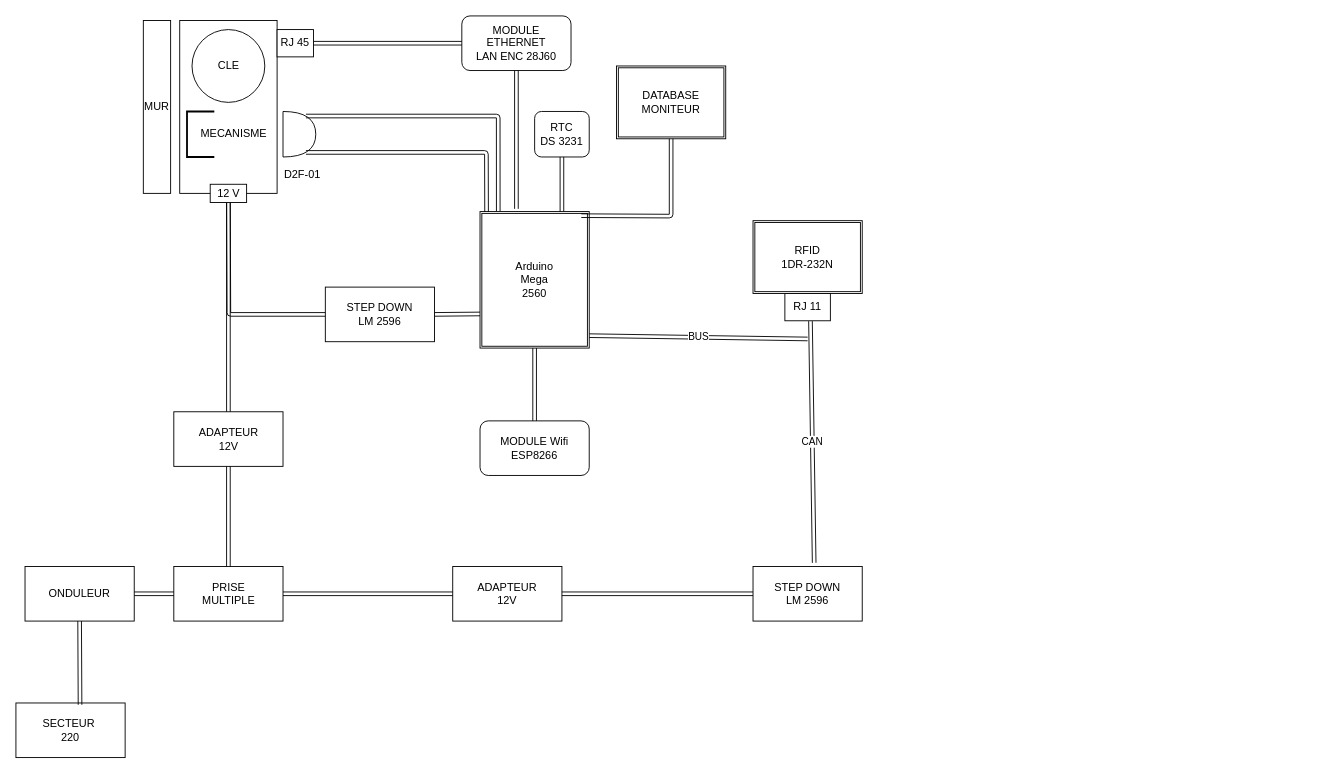
This is Diagramme sans nom.drawio from Michrian/architect, a draw.io file, before an edit. Source tidied: cells renumbered, new cells numbered last; positions are measured from the earlier drawing's top-left corner, leaving out a move shared by most shapes. Both pictures are drawn from the tidied source at 91%, with x=0, y=0 at pixel (15, 15). Pictures stored in the file or linked from it are replaced by grey dashed boxes.
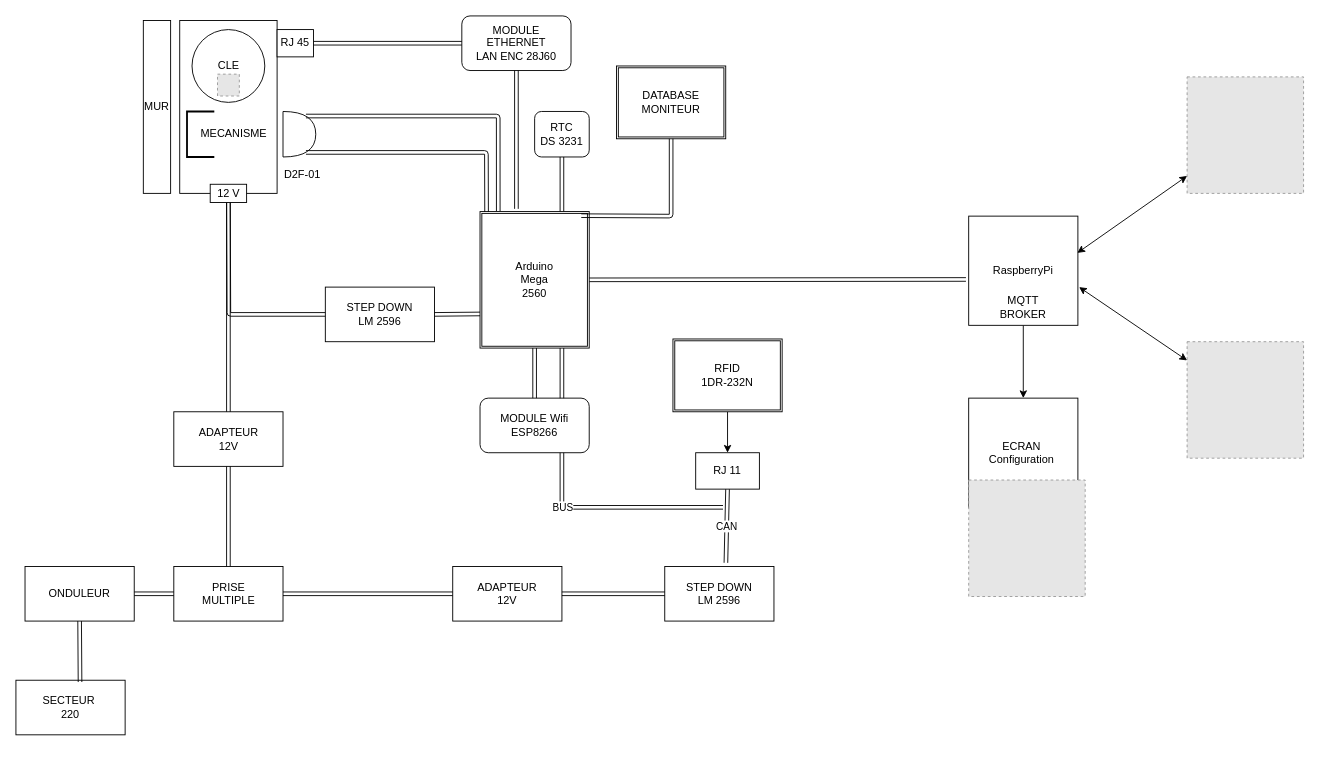
Above is the later version.

The change refers to these unchanged cells:
```xml
<mxCell id="2" value="Arduino&lt;br&gt;Mega&lt;br&gt;2560" style="shape=ext;double=1;rounded=0;whiteSpace=wrap;html=1;" parent="1" vertex="1">
  <mxGeometry x="510" y="215" width="120" height="150" as="geometry" />
</mxCell>
```

Change to the diagram source:
```diff
@@
+    <mxCell id="41" style="edgeStyle=orthogonalEdgeStyle;rounded=0;jettySize=auto;html=1;" parent="1" edge="1" source="4" target="40">
+      <mxGeometry relative="1" as="geometry" />
+    </mxCell>
     <mxCell id="4" value="RFID&lt;br&gt;1DR-232N" style="shape=ext;double=1;rounded=0;whiteSpace=wrap;html=1;" parent="1" vertex="1">
-      <mxGeometry x="810" y="225" width="120" height="80" as="geometry" />
+      <mxGeometry x="722" y="355" width="120" height="80" as="geometry" />
     </mxCell>
@@
     <mxCell id="6" value="STEP DOWN&lt;br&gt;LM 2596" style="rounded=0;whiteSpace=wrap;html=1;" parent="1" vertex="1">
-      <mxGeometry x="810" y="605" width="120" height="60" as="geometry" />
+      <mxGeometry x="713" y="605" width="120" height="60" as="geometry" />
     </mxCell>
-    <mxCell id="7" value="CAN" style="shape=link;html=1;entryX=0.56;entryY=-0.067;entryDx=0;entryDy=0;startArrow=none;entryPerimeter=0;exitX=0.563;exitY=1.013;exitDx=0;exitDy=0;exitPerimeter=0;" parent="1" edge="1" source="40" target="6">
+    <mxCell id="7" value="CAN" style="shape=link;html=1;entryX=0.56;entryY=-0.067;entryDx=0;entryDy=0;startArrow=none;entryPerimeter=0;exitX=0.5;exitY=1;exitDx=0;exitDy=0;" parent="1" edge="1" source="40" target="6">
       <mxGeometry relative="1" as="geometry" />
     </mxCell>
-    <mxCell id="8" value="BUS" style="shape=link;html=1;exitX=1;exitY=0.909;exitDx=0;exitDy=0;exitPerimeter=0;" parent="1" edge="1" source="2">
+    <mxCell id="8" value="BUS" style="shape=link;html=1;exitX=0.75;exitY=1;exitDx=0;exitDy=0;" parent="1" edge="1" source="2">
       <mxGeometry relative="1" as="geometry">
-        <mxPoint x="870" y="355" as="targetPoint" />
+        <mxPoint x="777" y="540" as="targetPoint" />
+        <Array as="points">
+          <mxPoint x="600" y="540" />
+        </Array>
       </mxGeometry>
     </mxCell>
@@
     <mxCell id="15" value="MODULE Wifi&lt;br&gt;ESP8266" style="rounded=1;whiteSpace=wrap;html=1;" parent="1" vertex="1">
-      <mxGeometry x="510" y="445" width="120" height="60" as="geometry" />
+      <mxGeometry x="510" y="420" width="120" height="60" as="geometry" />
     </mxCell>
@@
     <mxCell id="17" value="SECTEUR&amp;nbsp;&lt;br&gt;220" style="whiteSpace=wrap;html=1;rounded=0;" parent="1" vertex="1">
-      <mxGeometry y="755" width="120" height="60" as="geometry" />
+      <mxGeometry y="730" width="120" height="60" as="geometry" />
     </mxCell>
@@
+    <mxCell id="42" style="edgeStyle=orthogonalEdgeStyle;rounded=0;jettySize=auto;html=1;" parent="1" edge="1" source="43" target="44">
+      <mxGeometry relative="1" as="geometry" />
+    </mxCell>
+    <mxCell id="43" value="RaspberryPi" style="whiteSpace=wrap;html=1;" parent="1" vertex="1">
+      <mxGeometry x="1047" y="220" width="120" height="120" as="geometry" />
+    </mxCell>
-    <mxCell id="40" value="RJ 11" style="rounded=0;whiteSpace=wrap;html=1;" parent="1" vertex="1">
-      <mxGeometry x="845" y="305" width="50" height="30" as="geometry" />
+    <mxCell id="40" value="RJ 11" style="whiteSpace=wrap;html=1;rounded=0;" parent="1" vertex="1">
+      <mxGeometry x="747" y="480" width="70" height="40" as="geometry" />
     </mxCell>
+    <mxCell id="44" value="ECRAN&amp;nbsp;&lt;br&gt;Configuration&amp;nbsp;" style="whiteSpace=wrap;html=1;" parent="1" vertex="1">
+      <mxGeometry x="1047" y="420" width="120" height="120" as="geometry" />
+    </mxCell>
+    <mxCell id="45" style="shape=link;html=1;exitX=1;exitY=0.5;exitDx=0;exitDy=0;entryX=-0.025;entryY=0.58;entryDx=0;entryDy=0;entryPerimeter=0;" parent="1" edge="1" source="2" target="43">
+      <mxGeometry relative="1" as="geometry" />
+    </mxCell>
+    <mxCell id="46" value="MQTT&lt;br&gt;BROKER" style="text;html=1;strokeColor=none;fillColor=none;align=center;verticalAlign=middle;whiteSpace=wrap;rounded=0;" parent="1" vertex="1">
+      <mxGeometry x="1087" y="310" width="40" height="20" as="geometry" />
+    </mxCell>
+    <mxCell id="47" style="fillColor=#E6E6E6;strokeColor=#999999;dashed=1;html=1;verticalAlign=top;verticalLabelPosition=bottom;labelBackgroundColor=#ffffff;" parent="1" vertex="1">
+      <mxGeometry x="1047" y="510" width="128" height="128" as="geometry" />
+    </mxCell>
+    <mxCell id="48" style="fillColor=#E6E6E6;strokeColor=#999999;dashed=1;html=1;verticalAlign=top;verticalLabelPosition=bottom;labelBackgroundColor=#ffffff;" parent="1" vertex="1">
+      <mxGeometry x="1287" y="67" width="128" height="128" as="geometry" />
+    </mxCell>
+    <mxCell id="49" style="fillColor=#E6E6E6;strokeColor=#999999;dashed=1;html=1;verticalAlign=top;verticalLabelPosition=bottom;labelBackgroundColor=#ffffff;" parent="1" vertex="1">
+      <mxGeometry x="1287" y="358" width="128" height="128" as="geometry" />
+    </mxCell>
+    <mxCell id="50" style="fillColor=#E6E6E6;strokeColor=#999999;dashed=1;html=1;verticalAlign=top;verticalLabelPosition=bottom;labelBackgroundColor=#ffffff;" parent="1" vertex="1">
+      <mxGeometry x="221.5" y="64" width="24" height="24" as="geometry" />
+    </mxCell>
+    <mxCell id="51" style="endArrow=classic;startArrow=classic;html=1;exitX=0.995;exitY=0.337;exitDx=0;exitDy=0;exitPerimeter=0;" parent="1" edge="1" source="43" target="48">
+      <mxGeometry relative="1" as="geometry" />
+    </mxCell>
+    <mxCell id="52" style="endArrow=classic;startArrow=classic;html=1;exitX=1.011;exitY=0.65;exitDx=0;exitDy=0;exitPerimeter=0;" parent="1" edge="1" source="43" target="49">
+      <mxGeometry relative="1" as="geometry" />
+    </mxCell>
```
